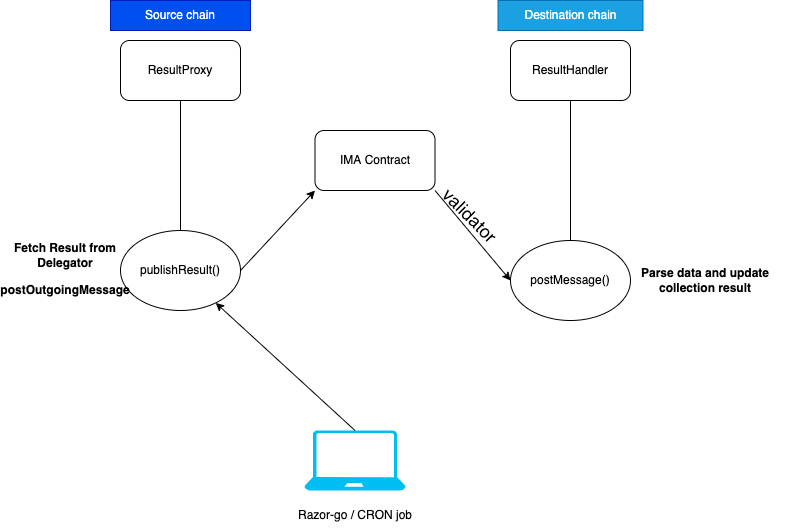
Before: IMA-arch.png, a diagram exported from draw.io (razor-network/bridge-proxy). Source tidied: cells renumbered, new cells last; positions are measured from the earlier drawing's top-left corner, leaving out a move shared by most shapes.
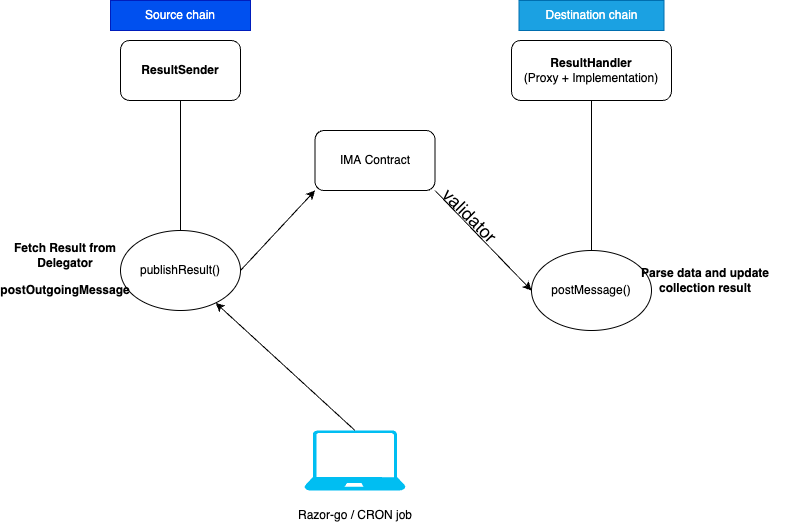
After the change.

Change to the diagram source:
```diff
@@ -2,17 +2,17 @@
   <root>
     <mxCell id="0" />
     <mxCell id="1" parent="0" />
-    <mxCell id="2" value="ResultProxy" style="rounded=1;whiteSpace=wrap;html=1;" parent="1" vertex="1">
+    <mxCell id="2" value="&lt;b&gt;ResultSender&lt;/b&gt;" style="rounded=1;whiteSpace=wrap;html=1;" parent="1" vertex="1">
       <mxGeometry x="120" y="40" width="120" height="60" as="geometry" />
     </mxCell>
-    <mxCell id="3" value="ResultHandler" style="rounded=1;whiteSpace=wrap;html=1;" parent="1" vertex="1">
-      <mxGeometry x="510" y="40" width="120" height="60" as="geometry" />
+    <mxCell id="3" value="&lt;b&gt;ResultHandler&lt;/b&gt;&lt;br&gt;(Proxy + Implementation)" style="rounded=1;whiteSpace=wrap;html=1;" parent="1" vertex="1">
+      <mxGeometry x="511" y="40" width="160" height="60" as="geometry" />
     </mxCell>
     <mxCell id="4" value="Source chain" style="text;html=1;strokeColor=#001DBC;fillColor=#0050ef;align=center;verticalAlign=middle;whiteSpace=wrap;rounded=0;fontColor=#ffffff;" parent="1" vertex="1">
       <mxGeometry x="110" width="140" height="30" as="geometry" />
     </mxCell>
     <mxCell id="5" value="Destination chain" style="text;html=1;strokeColor=#006EAF;fillColor=#1ba1e2;align=center;verticalAlign=middle;whiteSpace=wrap;rounded=0;fontColor=#ffffff;" parent="1" vertex="1">
-      <mxGeometry x="497.5" width="145" height="30" as="geometry" />
+      <mxGeometry x="518.5" width="145" height="30" as="geometry" />
     </mxCell>
     <mxCell id="6" value="&lt;font color=&quot;#000000&quot;&gt;IMA Contract&lt;/font&gt;" style="rounded=1;whiteSpace=wrap;html=1;fontColor=#3B3BFF;" parent="1" vertex="1">
       <mxGeometry x="314.5" y="130" width="120" height="60" as="geometry" />
@@ -21,7 +21,7 @@
       <mxGeometry x="120" y="230" width="120" height="80" as="geometry" />
     </mxCell>
     <mxCell id="8" value="postMessage()" style="ellipse;whiteSpace=wrap;html=1;fontColor=#000000;" parent="1" vertex="1">
-      <mxGeometry x="510" y="240" width="120" height="80" as="geometry" />
+      <mxGeometry x="531" y="250" width="120" height="80" as="geometry" />
     </mxCell>
     <mxCell id="9" style="endArrow=none;html=1;rounded=0;fontColor=#000000;entryX=0.5;entryY=1;entryDx=0;entryDy=0;exitX=0.5;exitY=0;exitDx=0;exitDy=0;" parent="1" edge="1" source="7" target="2">
       <mxGeometry relative="1" as="geometry" />
```
